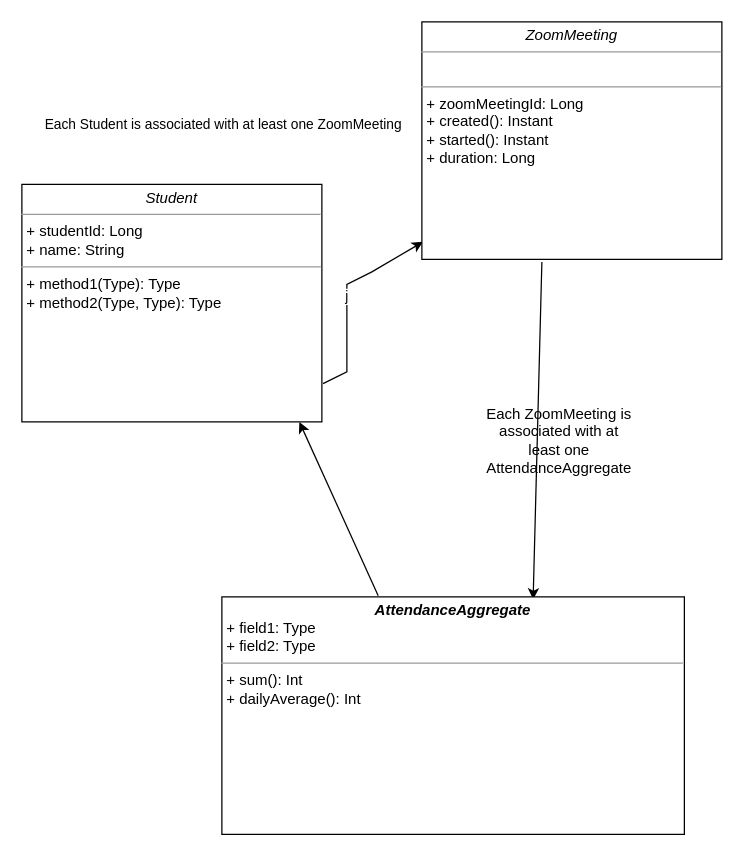
Before: work/zoom_uml.drawio in ddc-java-16/zoom-attendance-smoralesss, a draw.io diagram. Source tidied: cells renumbered, new cells numbered last; positions are measured from the earlier drawing's top-left corner, leaving out a move shared by most shapes. Both pictures are drawn from the tidied source at 125%, with x=0, y=0 at pixel (21, 21).
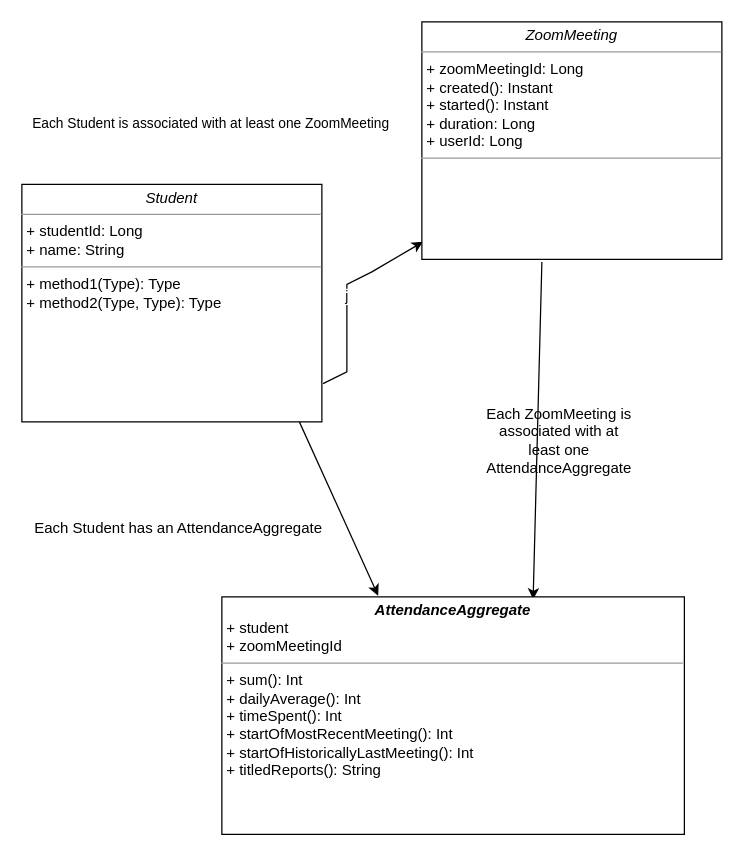
The same diagram, later.

Commit message:
Added changes to AttendanceAggregate for zoom_uml class diagram.

Change to the diagram source:
```diff
@@
 <mxGraphModel>
   <root>
     <mxCell id="0" />
     <mxCell id="1" parent="0" />
     <mxCell id="2" value="j" style="endArrow=classic;html=1;rounded=0;exitX=1.004;exitY=0.839;exitDx=0;exitDy=0;exitPerimeter=0;entryX=0.004;entryY=0.926;entryDx=0;entryDy=0;entryPerimeter=0;" parent="1" edge="1" source="6" target="8">
       <mxGeometry relative="1" as="geometry">
         <Array as="points">
           <mxPoint x="260" y="280" />
           <mxPoint x="260" y="250" />
           <mxPoint x="260" y="210" />
           <mxPoint x="280" y="200" />
         </Array>
       </mxGeometry>
     </mxCell>
     <mxCell id="3" value="Each Student is associated with at least one ZoomMeeting" style="edgeLabel;html=1;align=center;verticalAlign=middle;rotation=0;" parent="2" vertex="1">
       <mxGeometry relative="1" as="geometry">
-        <mxPoint x="-100" y="-139" as="offset" />
+        <mxPoint x="-110" y="-140" as="offset" />
       </mxGeometry>
     </mxCell>
     <mxCell id="4" style="endArrow=classic;html=1;rounded=0;entryX=0.673;entryY=0.011;entryDx=0;entryDy=0;entryPerimeter=0;startArrow=none;startFill=0;exitX=0.4;exitY=1.011;exitDx=0;exitDy=0;exitPerimeter=0;" parent="1" edge="1" source="8" target="9">
       <mxGeometry relative="1" as="geometry" />
     </mxCell>
     <mxCell id="5" value="Each ZoomMeeting is associated with at least one AttendanceAggregate" style="text;html=1;strokeColor=none;fillColor=none;align=center;verticalAlign=middle;whiteSpace=wrap;rounded=0;" parent="1" vertex="1">
       <mxGeometry x="400" y="320" width="60" height="30" as="geometry" />
     </mxCell>
     <mxCell id="6" value="&lt;p style=&quot;margin:0px;margin-top:4px;text-align:center;&quot;&gt;&lt;i&gt;Student&lt;/i&gt;&lt;/p&gt;&lt;hr size=&quot;1&quot;&gt;&lt;p style=&quot;margin:0px;margin-left:4px;&quot;&gt;+ studentId: Long&lt;br&gt;+ name: String&lt;/p&gt;&lt;hr size=&quot;1&quot;&gt;&lt;p style=&quot;margin:0px;margin-left:4px;&quot;&gt;+ method1(Type): Type&lt;br&gt;+ method2(Type, Type): Type&lt;/p&gt;" style="verticalAlign=top;align=left;overflow=fill;fontSize=12;fontFamily=Helvetica;html=1;" parent="1" vertex="1">
       <mxGeometry y="130" width="240" height="190" as="geometry" />
     </mxCell>
-    <mxCell id="7" style="endArrow=classic;html=1;rounded=0;exitX=0.338;exitY=-0.005;exitDx=0;exitDy=0;exitPerimeter=0;entryX=0.925;entryY=1;entryDx=0;entryDy=0;entryPerimeter=0;" parent="1" edge="1" source="9" target="6">
+    <mxCell id="7" style="endArrow=classic;html=1;rounded=0;exitX=0.925;exitY=1;exitDx=0;exitDy=0;exitPerimeter=0;entryX=0.338;entryY=-0.005;entryDx=0;entryDy=0;entryPerimeter=0;" parent="1" edge="1" source="6" target="9">
       <mxGeometry relative="1" as="geometry" />
     </mxCell>
-    <mxCell id="8" value="&lt;p style=&quot;margin:0px;margin-top:4px;text-align:center;&quot;&gt;&lt;i&gt;ZoomMeeting&lt;/i&gt;&lt;/p&gt;&lt;hr size=&quot;1&quot;&gt;&lt;p style=&quot;margin:0px;margin-left:4px;&quot;&gt;&lt;br&gt;&lt;/p&gt;&lt;hr size=&quot;1&quot;&gt;&lt;p style=&quot;margin: 0px 0px 0px 4px;&quot;&gt;+ zoomMeetingId: Long&lt;br&gt;+ created(): Instant&lt;/p&gt;&lt;p style=&quot;margin: 0px 0px 0px 4px;&quot;&gt;+ started(): Instant&lt;/p&gt;&lt;p style=&quot;margin: 0px 0px 0px 4px;&quot;&gt;+ duration: Long&lt;/p&gt;" style="verticalAlign=top;align=left;overflow=fill;fontSize=12;fontFamily=Helvetica;html=1;" parent="1" vertex="1">
+    <mxCell id="8" value="&lt;p style=&quot;margin:0px;margin-top:4px;text-align:center;&quot;&gt;&lt;i&gt;ZoomMeeting&lt;/i&gt;&lt;/p&gt;&lt;hr size=&quot;1&quot;&gt;&lt;p style=&quot;margin: 0px 0px 0px 4px;&quot;&gt;+ zoomMeetingId: Long&lt;br&gt;+ created(): Instant&lt;/p&gt;&lt;p style=&quot;margin: 0px 0px 0px 4px;&quot;&gt;+ started(): Instant&lt;/p&gt;&lt;p style=&quot;margin: 0px 0px 0px 4px;&quot;&gt;+ duration: Long&lt;/p&gt;&lt;p style=&quot;margin: 0px 0px 0px 4px;&quot;&gt;+ userId: Long&lt;/p&gt;&lt;hr size=&quot;1&quot;&gt;&lt;p style=&quot;margin: 0px 0px 0px 4px;&quot;&gt;&lt;br&gt;&lt;/p&gt;" style="verticalAlign=top;align=left;overflow=fill;fontSize=12;fontFamily=Helvetica;html=1;" parent="1" vertex="1">
       <mxGeometry x="320" width="240" height="190" as="geometry" />
     </mxCell>
-    <mxCell id="9" value="&lt;p style=&quot;margin:0px;margin-top:4px;text-align:center;&quot;&gt;&lt;i&gt;&lt;b&gt;AttendanceAggregate&lt;/b&gt;&lt;/i&gt;&lt;br&gt;&lt;/p&gt;&lt;p style=&quot;margin:0px;margin-left:4px;&quot;&gt;+ field1: Type&lt;br&gt;+ field2: Type&lt;/p&gt;&lt;hr size=&quot;1&quot;&gt;&lt;p style=&quot;margin:0px;margin-left:4px;&quot;&gt;+ sum(): Int&lt;br&gt;+ dailyAverage(): Int&lt;/p&gt;&lt;p style=&quot;margin:0px;margin-left:4px;&quot;&gt;&lt;br&gt;&lt;/p&gt;" style="verticalAlign=top;align=left;overflow=fill;fontSize=12;fontFamily=Helvetica;html=1;" parent="1" vertex="1">
+    <mxCell id="9" value="&lt;p style=&quot;margin:0px;margin-top:4px;text-align:center;&quot;&gt;&lt;i&gt;&lt;b&gt;AttendanceAggregate&lt;/b&gt;&lt;/i&gt;&lt;br&gt;&lt;/p&gt;&lt;p style=&quot;margin:0px;margin-left:4px;&quot;&gt;+ student&lt;/p&gt;&lt;p style=&quot;margin:0px;margin-left:4px;&quot;&gt;+ zoomMeetingId&lt;/p&gt;&lt;hr size=&quot;1&quot;&gt;&lt;p style=&quot;margin:0px;margin-left:4px;&quot;&gt;+ sum(): Int&lt;br&gt;+ dailyAverage(): Int&lt;/p&gt;&lt;p style=&quot;margin:0px;margin-left:4px;&quot;&gt;+ timeSpent(): Int&lt;/p&gt;&lt;p style=&quot;margin:0px;margin-left:4px;&quot;&gt;+ startOfMostRecentMeeting(): Int&lt;/p&gt;&lt;p style=&quot;margin:0px;margin-left:4px;&quot;&gt;+ startOfHistoricallyLastMeeting(): Int&lt;/p&gt;&lt;p style=&quot;margin:0px;margin-left:4px;&quot;&gt;+ titledReports(): String&lt;/p&gt;&lt;p style=&quot;margin:0px;margin-left:4px;&quot;&gt;&lt;br&gt;&lt;/p&gt;&lt;p style=&quot;margin:0px;margin-left:4px;&quot;&gt;&lt;br&gt;&lt;/p&gt;" style="verticalAlign=top;align=left;overflow=fill;fontSize=12;fontFamily=Helvetica;html=1;" parent="1" vertex="1">
       <mxGeometry x="160" y="460" width="370" height="190" as="geometry" />
     </mxCell>
+    <mxCell id="10" value="Each Student has an AttendanceAggregate" style="text;html=1;align=center;verticalAlign=middle;fillColor=none;strokeColor=none;rounded=0;" parent="1" vertex="1">
+      <mxGeometry y="390" width="250" height="30" as="geometry" />
+    </mxCell>
   </root>
 </mxGraphModel>
```
